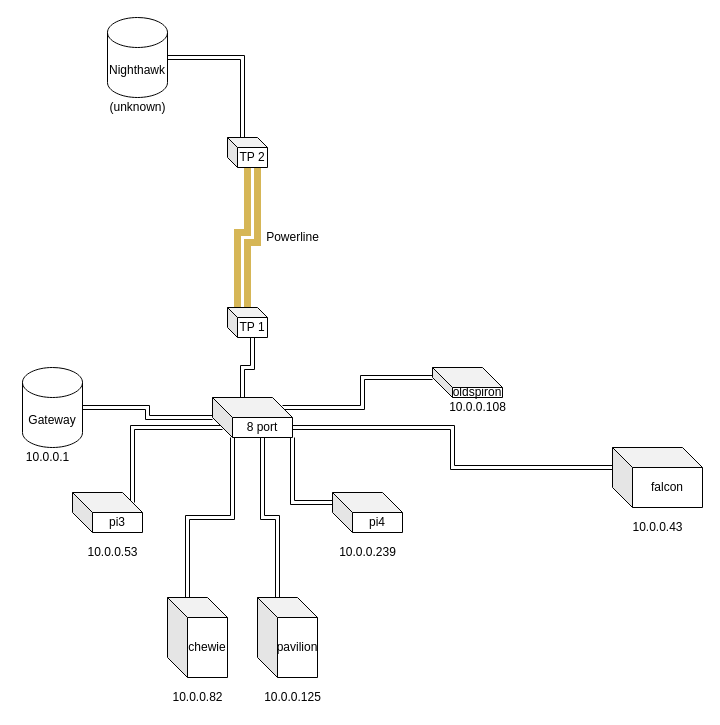
This is Home-Network.drawio from SomethingGeneric/SomethingGeneric, a draw.io file, before an edit. Source tidied: cells renumbered, new cells numbered last; positions are measured from the earlier drawing's top-left corner, leaving out a move shared by most shapes. Both pictures are drawn from the tidied source at 100%, with x=0, y=0 at pixel (17, 17).
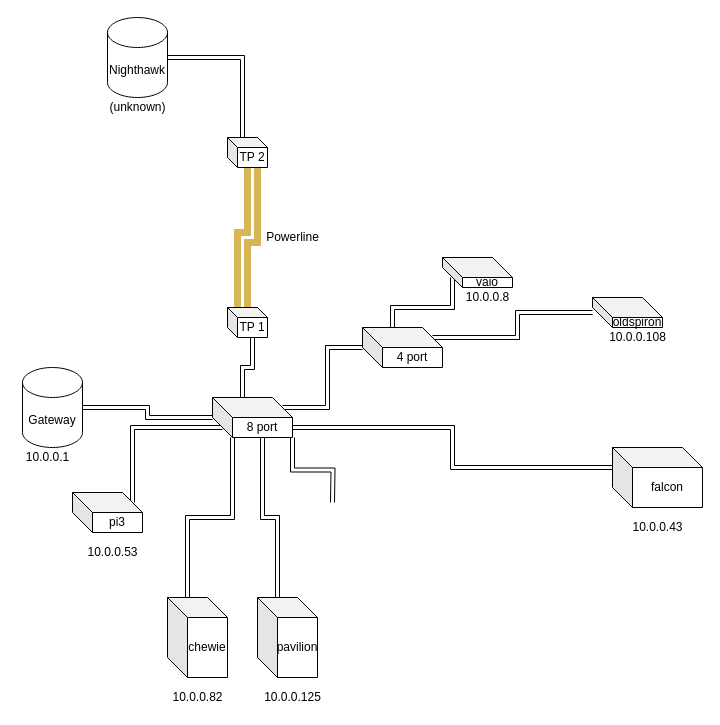
The same diagram, later.

Unchanged cells that the change refers to:
```xml
<mxCell id="11" value="8 port" style="shape=cube;whiteSpace=wrap;html=1;boundedLbl=1;backgroundOutline=1;darkOpacity=0.05;darkOpacity2=0.1;" parent="1" vertex="1">
  <mxGeometry x="195" y="380" width="80" height="40" as="geometry" />
</mxCell>
```

What changed in the source:
```diff
@@
-    <mxCell id="5" style="edgeStyle=orthogonalEdgeStyle;shape=link;rounded=0;jettySize=auto;html=1;exitX=0;exitY=0;exitDx=70;exitDy=10;exitPerimeter=0;entryX=0;entryY=0;entryDx=0;entryDy=10;entryPerimeter=0;" parent="1" edge="1" source="11" target="20">
-      <mxGeometry relative="1" as="geometry" />
-    </mxCell>
@@
-    <mxCell id="7" style="edgeStyle=orthogonalEdgeStyle;shape=link;rounded=0;jettySize=auto;html=1;exitX=1;exitY=1;exitDx=0;exitDy=0;exitPerimeter=0;entryX=0;entryY=0;entryDx=0;entryDy=10;entryPerimeter=0;" parent="1" edge="1" source="11" target="17">
-      <mxGeometry relative="1" as="geometry" />
+    <mxCell id="7" style="edgeStyle=orthogonalEdgeStyle;shape=link;rounded=0;jettySize=auto;html=1;exitX=1;exitY=1;exitDx=0;exitDy=0;exitPerimeter=0;entryX=0;entryY=0;entryDx=0;entryDy=10;entryPerimeter=0;" parent="1" edge="1" source="11">
+      <mxGeometry relative="1" as="geometry">
+        <mxPoint x="315" y="485" as="targetPoint" />
+      </mxGeometry>
     </mxCell>
@@
+    <mxCell id="32" style="edgeStyle=orthogonalEdgeStyle;rounded=0;jettySize=auto;html=1;exitX=0;exitY=0;exitDx=70;exitDy=10;exitPerimeter=0;entryX=0;entryY=0;entryDx=0;entryDy=20;entryPerimeter=0;shape=link;" parent="1" edge="1" source="11" target="35">
+      <mxGeometry relative="1" as="geometry" />
+    </mxCell>
@@
-    <mxCell id="17" value="pi4" style="shape=cube;whiteSpace=wrap;html=1;boundedLbl=1;backgroundOutline=1;darkOpacity=0.05;darkOpacity2=0.1;" parent="1" vertex="1">
-      <mxGeometry x="315" y="475" width="70" height="40" as="geometry" />
-    </mxCell>
@@
-    <mxCell id="19" value="10.0.0.239" style="text;html=1;align=center;verticalAlign=middle;fillColor=none;strokeColor=none;rounded=0;" parent="1" vertex="1">
-      <mxGeometry x="315" y="525" width="70" height="20" as="geometry" />
-    </mxCell>
     <mxCell id="20" value="oldspiron" style="shape=cube;whiteSpace=wrap;html=1;boundedLbl=1;backgroundOutline=1;darkOpacity=0.05;darkOpacity2=0.1;" parent="1" vertex="1">
-      <mxGeometry x="415" y="350" width="70" height="30" as="geometry" />
+      <mxGeometry x="575" y="280" width="70" height="30" as="geometry" />
     </mxCell>
     <mxCell id="21" value="10.0.0.108" style="text;html=1;align=center;verticalAlign=middle;fillColor=none;strokeColor=none;rounded=0;" parent="1" vertex="1">
-      <mxGeometry x="425" y="380" width="70" height="20" as="geometry" />
+      <mxGeometry x="585" y="310" width="70" height="20" as="geometry" />
     </mxCell>
@@
+    <mxCell id="33" style="edgeStyle=orthogonalEdgeStyle;shape=link;rounded=0;jettySize=auto;html=1;exitX=0;exitY=0;exitDx=70;exitDy=10;exitPerimeter=0;" parent="1" edge="1" source="35" target="20">
+      <mxGeometry relative="1" as="geometry" />
+    </mxCell>
+    <mxCell id="34" style="edgeStyle=orthogonalEdgeStyle;shape=link;rounded=0;jettySize=auto;html=1;exitX=0;exitY=0;exitDx=30;exitDy=0;exitPerimeter=0;entryX=0;entryY=0;entryDx=10;entryDy=20;entryPerimeter=0;" parent="1" edge="1" source="35" target="36">
+      <mxGeometry relative="1" as="geometry" />
+    </mxCell>
+    <mxCell id="35" value="4 port" style="shape=cube;whiteSpace=wrap;html=1;boundedLbl=1;backgroundOutline=1;darkOpacity=0.05;darkOpacity2=0.1;" parent="1" vertex="1">
+      <mxGeometry x="345" y="310" width="80" height="40" as="geometry" />
+    </mxCell>
+    <mxCell id="36" value="vaio" style="shape=cube;whiteSpace=wrap;html=1;boundedLbl=1;backgroundOutline=1;darkOpacity=0.05;darkOpacity2=0.1;" parent="1" vertex="1">
+      <mxGeometry x="425" y="240" width="70" height="30" as="geometry" />
+    </mxCell>
+    <mxCell id="37" value="10.0.0.8" style="text;html=1;align=center;verticalAlign=middle;fillColor=none;strokeColor=none;rounded=0;" parent="1" vertex="1">
+      <mxGeometry x="440" y="270" width="60" height="20" as="geometry" />
+    </mxCell>
```
